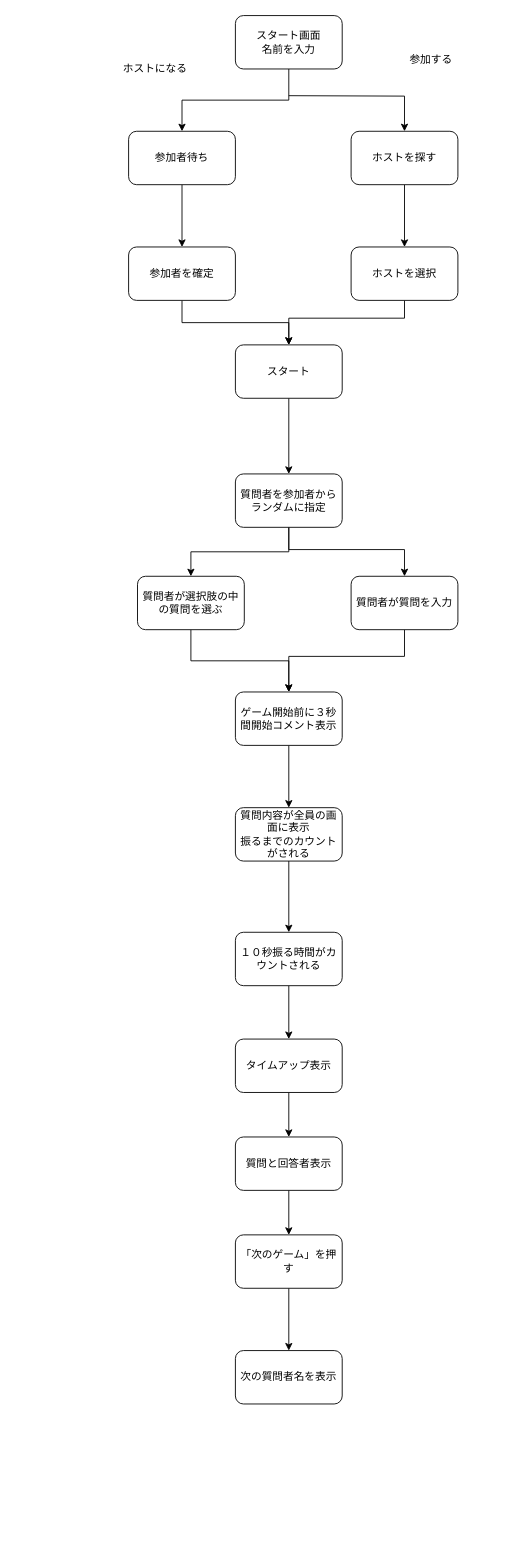
Earlier version of the draw.io diagram page "Page-2" (2 of 2) of Untitled Diagram.drawio (shihopiyopiyo/TFGami). Source tidied: cells renumbered, new cells numbered last; positions are measured from the earlier drawing's top-left corner, leaving out a move shared by most shapes. Both pictures are drawn from the tidied source at 89%, with x=0, y=0 at pixel (119, 15).
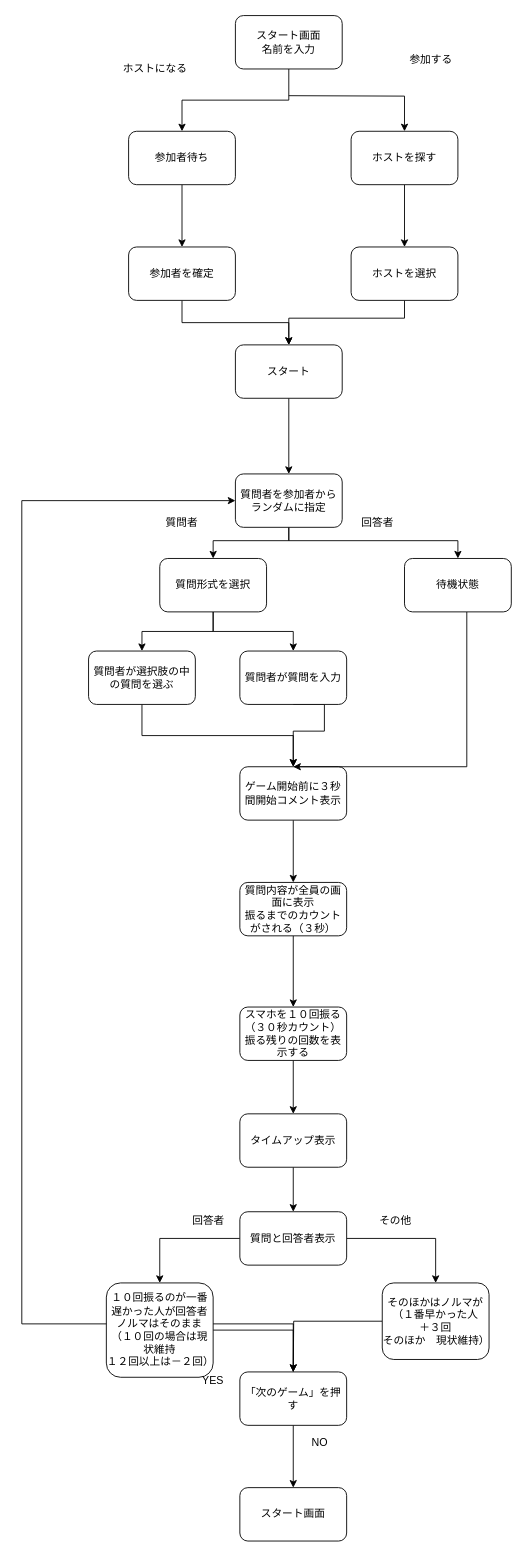
The same page after the edit.

Commit message:
ぬきぬきフローチャート作成

The change refers to these unchanged cells:
```xml
<mxCell id="19" value="質問者を参加者からランダムに指定" style="rounded=1;whiteSpace=wrap;html=1;" parent="1" vertex="1">
  <mxGeometry x="130" y="515" width="120" height="60" as="geometry" />
</mxCell>
```

Change to the diagram source:
```diff
@@
-    <mxCell id="17" style="edgeStyle=orthogonalEdgeStyle;rounded=0;jettySize=auto;html=1;entryX=0.5;entryY=0;entryDx=0;entryDy=0;" parent="1" edge="1" source="19" target="21">
-      <mxGeometry relative="1" as="geometry" />
-    </mxCell>
-    <mxCell id="18" style="edgeStyle=orthogonalEdgeStyle;rounded=0;jettySize=auto;html=1;entryX=0.5;entryY=0;entryDx=0;entryDy=0;" parent="1" edge="1" source="19" target="23">
-      <mxGeometry relative="1" as="geometry">
-        <Array as="points">
-          <mxPoint x="190" y="600" />
-          <mxPoint x="320" y="600" />
-        </Array>
-      </mxGeometry>
-    </mxCell>
+    <mxCell id="37" style="edgeStyle=orthogonalEdgeStyle;rounded=0;jettySize=auto;html=1;entryX=0.5;entryY=0;entryDx=0;entryDy=0;" parent="1" edge="1" source="19" target="52">
+      <mxGeometry relative="1" as="geometry">
+        <Array as="points">
+          <mxPoint x="190" y="590" />
+          <mxPoint x="105" y="590" />
+        </Array>
+      </mxGeometry>
+    </mxCell>
+    <mxCell id="38" style="edgeStyle=orthogonalEdgeStyle;rounded=0;jettySize=auto;html=1;entryX=0.5;entryY=0;entryDx=0;entryDy=0;exitX=0.5;exitY=1;exitDx=0;exitDy=0;" parent="1" edge="1" source="19" target="54">
+      <mxGeometry relative="1" as="geometry">
+        <Array as="points">
+          <mxPoint x="190" y="590" />
+          <mxPoint x="380" y="590" />
+        </Array>
+      </mxGeometry>
+    </mxCell>
@@
-    <mxCell id="20" style="edgeStyle=orthogonalEdgeStyle;rounded=0;jettySize=auto;html=1;entryX=0.5;entryY=0;entryDx=0;entryDy=0;" parent="1" edge="1" source="21" target="25">
+    <mxCell id="20" style="edgeStyle=orthogonalEdgeStyle;rounded=0;jettySize=auto;html=1;entryX=0.5;entryY=0;entryDx=0;entryDy=0;exitX=0.5;exitY=1;exitDx=0;exitDy=0;" parent="1" edge="1" source="21" target="25">
       <mxGeometry relative="1" as="geometry" />
     </mxCell>
     <mxCell id="21" value="質問者が選択肢の中の質問を選ぶ" style="rounded=1;whiteSpace=wrap;html=1;" parent="1" vertex="1">
-      <mxGeometry x="20" y="630" width="120" height="60" as="geometry" />
+      <mxGeometry x="-35" y="714" width="120" height="60" as="geometry" />
     </mxCell>
-    <mxCell id="22" style="edgeStyle=orthogonalEdgeStyle;rounded=0;jettySize=auto;html=1;entryX=0.5;entryY=0;entryDx=0;entryDy=0;" parent="1" edge="1" source="23" target="25">
+    <mxCell id="22" style="edgeStyle=orthogonalEdgeStyle;rounded=0;jettySize=auto;html=1;entryX=0.5;entryY=0;entryDx=0;entryDy=0;exitX=0.5;exitY=1;exitDx=0;exitDy=0;" parent="1" edge="1" source="23" target="25">
       <mxGeometry relative="1" as="geometry">
         <Array as="points">
-          <mxPoint x="320" y="720" />
-          <mxPoint x="190" y="720" />
+          <mxPoint x="230" y="774" />
+          <mxPoint x="230" y="804" />
+          <mxPoint x="195" y="804" />
         </Array>
       </mxGeometry>
     </mxCell>
     <mxCell id="23" value="質問者が質問を入力" style="rounded=1;whiteSpace=wrap;html=1;" parent="1" vertex="1">
-      <mxGeometry x="260" y="630" width="120" height="60" as="geometry" />
+      <mxGeometry x="135" y="714" width="120" height="60" as="geometry" />
     </mxCell>
@@
     <mxCell id="25" value="ゲーム開始前に３秒間開始コメント表示" style="rounded=1;whiteSpace=wrap;html=1;" parent="1" vertex="1">
-      <mxGeometry x="130" y="760" width="120" height="60" as="geometry" />
+      <mxGeometry x="135" y="844" width="120" height="60" as="geometry" />
     </mxCell>
@@
-    <mxCell id="27" value="質問内容が全員の画面に表示&lt;br&gt;振るまでのカウントがされる" style="rounded=1;whiteSpace=wrap;html=1;" parent="1" vertex="1">
-      <mxGeometry x="130" y="890" width="120" height="60" as="geometry" />
+    <mxCell id="27" value="質問内容が全員の画面に表示&lt;br&gt;振るまでのカウントがされる（３秒）" style="rounded=1;whiteSpace=wrap;html=1;" parent="1" vertex="1">
+      <mxGeometry x="135" y="974" width="120" height="60" as="geometry" />
     </mxCell>
@@
-    <mxCell id="29" value="１０秒振る時間がカウントされる" style="rounded=1;whiteSpace=wrap;html=1;" parent="1" vertex="1">
-      <mxGeometry x="130" y="1030" width="120" height="60" as="geometry" />
+    <mxCell id="29" value="スマホを１０回振る&lt;br&gt;（３０秒カウント）&lt;br&gt;振る残りの回数を表示する" style="rounded=1;whiteSpace=wrap;html=1;" parent="1" vertex="1">
+      <mxGeometry x="135" y="1114" width="120" height="60" as="geometry" />
     </mxCell>
@@
     <mxCell id="31" value="タイムアップ表示" style="rounded=1;whiteSpace=wrap;html=1;" parent="1" vertex="1">
-      <mxGeometry x="130" y="1150" width="120" height="60" as="geometry" />
+      <mxGeometry x="135" y="1234" width="120" height="60" as="geometry" />
     </mxCell>
-    <mxCell id="32" style="edgeStyle=orthogonalEdgeStyle;rounded=0;jettySize=auto;html=1;entryX=0.5;entryY=0;entryDx=0;entryDy=0;" parent="1" edge="1" source="33" target="35">
-      <mxGeometry relative="1" as="geometry" />
-    </mxCell>
+    <mxCell id="39" style="edgeStyle=orthogonalEdgeStyle;rounded=0;jettySize=auto;html=1;" parent="1" edge="1" source="33" target="44">
+      <mxGeometry relative="1" as="geometry" />
+    </mxCell>
+    <mxCell id="40" style="edgeStyle=orthogonalEdgeStyle;rounded=0;jettySize=auto;html=1;entryX=0.5;entryY=0;entryDx=0;entryDy=0;" parent="1" edge="1" source="33" target="46">
+      <mxGeometry relative="1" as="geometry" />
+    </mxCell>
     <mxCell id="33" value="質問と回答者表示" style="rounded=1;whiteSpace=wrap;html=1;" parent="1" vertex="1">
-      <mxGeometry x="130" y="1260" width="120" height="60" as="geometry" />
+      <mxGeometry x="135" y="1344" width="120" height="60" as="geometry" />
     </mxCell>
-    <mxCell id="34" style="edgeStyle=orthogonalEdgeStyle;rounded=0;jettySize=auto;html=1;entryX=0.5;entryY=0;entryDx=0;entryDy=0;" parent="1" edge="1" source="35" target="36">
-      <mxGeometry relative="1" as="geometry" />
-    </mxCell>
+    <mxCell id="41" style="edgeStyle=orthogonalEdgeStyle;rounded=0;jettySize=auto;html=1;entryX=0;entryY=0.5;entryDx=0;entryDy=0;" parent="1" edge="1" source="35" target="19">
+      <mxGeometry relative="1" as="geometry">
+        <Array as="points">
+          <mxPoint x="-110" y="1470" />
+          <mxPoint x="-110" y="545" />
+        </Array>
+      </mxGeometry>
+    </mxCell>
+    <mxCell id="42" style="edgeStyle=orthogonalEdgeStyle;rounded=0;jettySize=auto;html=1;entryX=0.5;entryY=0;entryDx=0;entryDy=0;" parent="1" edge="1" source="35" target="47">
+      <mxGeometry relative="1" as="geometry" />
+    </mxCell>
     <mxCell id="35" value="「次のゲーム」を押す" style="rounded=1;whiteSpace=wrap;html=1;" parent="1" vertex="1">
-      <mxGeometry x="130" y="1370" width="120" height="60" as="geometry" />
+      <mxGeometry x="135" y="1524" width="120" height="60" as="geometry" />
     </mxCell>
-    <mxCell id="36" value="次の質問者名を表示" style="rounded=1;whiteSpace=wrap;html=1;" parent="1" vertex="1">
-      <mxGeometry x="130" y="1500" width="120" height="60" as="geometry" />
-    </mxCell>
+    <mxCell id="43" style="edgeStyle=orthogonalEdgeStyle;rounded=0;jettySize=auto;html=1;entryX=0.5;entryY=0;entryDx=0;entryDy=0;" parent="1" edge="1" source="44" target="35">
+      <mxGeometry relative="1" as="geometry" />
+    </mxCell>
+    <mxCell id="44" value="１０回振るのが一番遅かった人が回答者&lt;br&gt;ノルマはそのまま&lt;br&gt;（１０回の場合は現状維持&lt;br&gt;１２回以上は－２回）" style="rounded=1;whiteSpace=wrap;html=1;" parent="1" vertex="1">
+      <mxGeometry x="-15" y="1424" width="120" height="106" as="geometry" />
+    </mxCell>
+    <mxCell id="45" style="edgeStyle=orthogonalEdgeStyle;rounded=0;jettySize=auto;html=1;" parent="1" edge="1" source="46">
+      <mxGeometry relative="1" as="geometry">
+        <mxPoint x="195" y="1524" as="targetPoint" />
+      </mxGeometry>
+    </mxCell>
+    <mxCell id="46" value="そのほかはノルマが（１番早かった人　＋３回&lt;br&gt;そのほか　現状維持）" style="rounded=1;whiteSpace=wrap;html=1;" parent="1" vertex="1">
+      <mxGeometry x="295" y="1424" width="120" height="86" as="geometry" />
+    </mxCell>
+    <mxCell id="47" value="スタート画面" style="rounded=1;whiteSpace=wrap;html=1;" parent="1" vertex="1">
+      <mxGeometry x="135" y="1654" width="120" height="60" as="geometry" />
+    </mxCell>
+    <mxCell id="48" value="YES" style="text;html=1;strokeColor=none;fillColor=none;align=center;verticalAlign=middle;whiteSpace=wrap;rounded=0;" parent="1" vertex="1">
+      <mxGeometry x="85" y="1524" width="40" height="20" as="geometry" />
+    </mxCell>
+    <mxCell id="49" value="NO" style="text;html=1;strokeColor=none;fillColor=none;align=center;verticalAlign=middle;whiteSpace=wrap;rounded=0;" parent="1" vertex="1">
+      <mxGeometry x="205" y="1594" width="40" height="20" as="geometry" />
+    </mxCell>
+    <mxCell id="50" style="edgeStyle=orthogonalEdgeStyle;rounded=0;jettySize=auto;html=1;entryX=0.5;entryY=0;entryDx=0;entryDy=0;" parent="1" edge="1" source="52" target="21">
+      <mxGeometry relative="1" as="geometry" />
+    </mxCell>
+    <mxCell id="51" style="edgeStyle=orthogonalEdgeStyle;rounded=0;jettySize=auto;html=1;entryX=0.5;entryY=0;entryDx=0;entryDy=0;" parent="1" edge="1" source="52" target="23">
+      <mxGeometry relative="1" as="geometry" />
+    </mxCell>
+    <mxCell id="52" value="質問形式を選択" style="rounded=1;whiteSpace=wrap;html=1;" parent="1" vertex="1">
+      <mxGeometry x="45" y="610" width="120" height="60" as="geometry" />
+    </mxCell>
+    <mxCell id="53" style="edgeStyle=orthogonalEdgeStyle;rounded=0;jettySize=auto;html=1;entryX=0.5;entryY=0;entryDx=0;entryDy=0;" parent="1" edge="1" source="54" target="25">
+      <mxGeometry relative="1" as="geometry">
+        <Array as="points">
+          <mxPoint x="390" y="844" />
+        </Array>
+      </mxGeometry>
+    </mxCell>
+    <mxCell id="54" value="待機状態" style="rounded=1;whiteSpace=wrap;html=1;" parent="1" vertex="1">
+      <mxGeometry x="320" y="610" width="120" height="60" as="geometry" />
+    </mxCell>
+    <mxCell id="55" value="質問者" style="text;html=1;strokeColor=none;fillColor=none;align=center;verticalAlign=middle;whiteSpace=wrap;rounded=0;" parent="1" vertex="1">
+      <mxGeometry x="50" y="560" width="40" height="20" as="geometry" />
+    </mxCell>
+    <mxCell id="56" value="回答者" style="text;html=1;strokeColor=none;fillColor=none;align=center;verticalAlign=middle;whiteSpace=wrap;rounded=0;" parent="1" vertex="1">
+      <mxGeometry x="270" y="560" width="40" height="20" as="geometry" />
+    </mxCell>
+    <mxCell id="57" value="回答者" style="text;html=1;strokeColor=none;fillColor=none;align=center;verticalAlign=middle;whiteSpace=wrap;rounded=0;" parent="1" vertex="1">
+      <mxGeometry x="80" y="1344" width="40" height="20" as="geometry" />
+    </mxCell>
+    <mxCell id="58" value="その他" style="text;html=1;strokeColor=none;fillColor=none;align=center;verticalAlign=middle;whiteSpace=wrap;rounded=0;" parent="1" vertex="1">
+      <mxGeometry x="290" y="1344" width="40" height="20" as="geometry" />
+    </mxCell>
```
